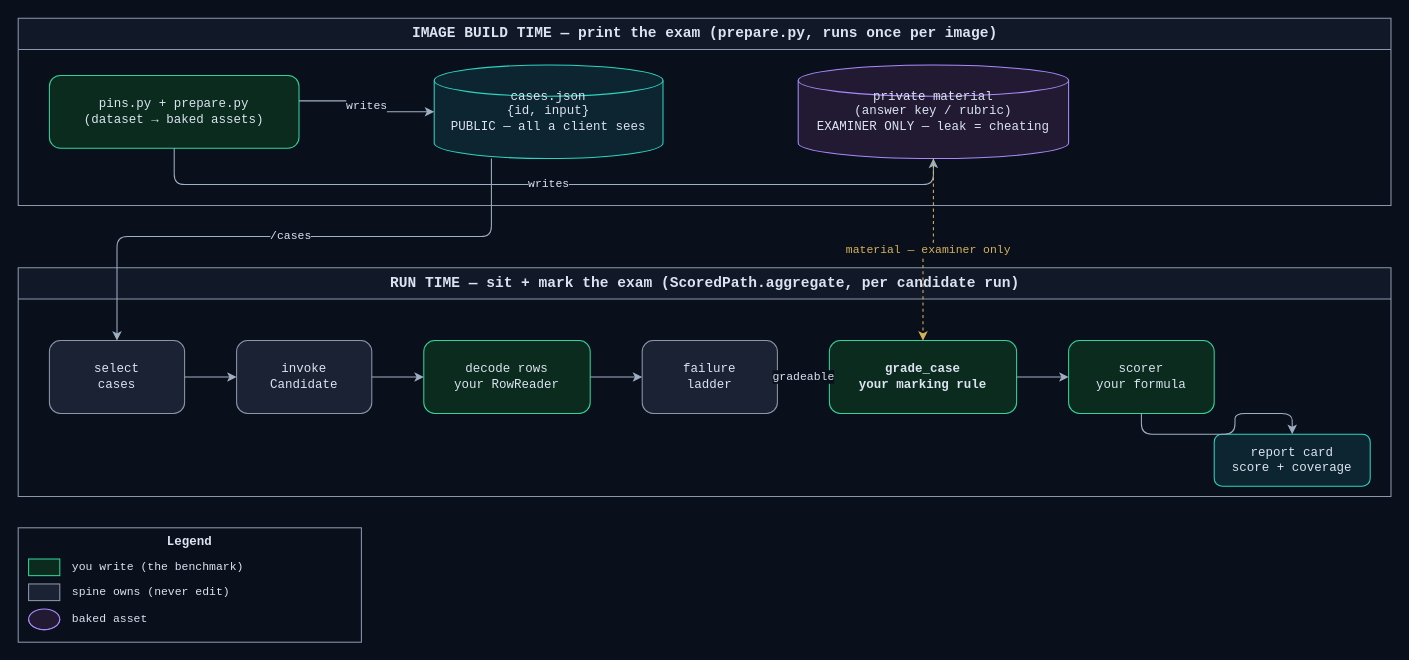
The draw.io diagram apps/screamingface-engine/docs/diagrams/benchmark-authoring-seam.drawio in ScreamingFace/screamingface, before the edit. Source tidied: cells renumbered, new cells numbered last; positions are measured from the earlier drawing's top-left corner, leaving out a move shared by most shapes. Both pictures are drawn from the tidied source at 104%, with x=0, y=0 at pixel (18, 18).
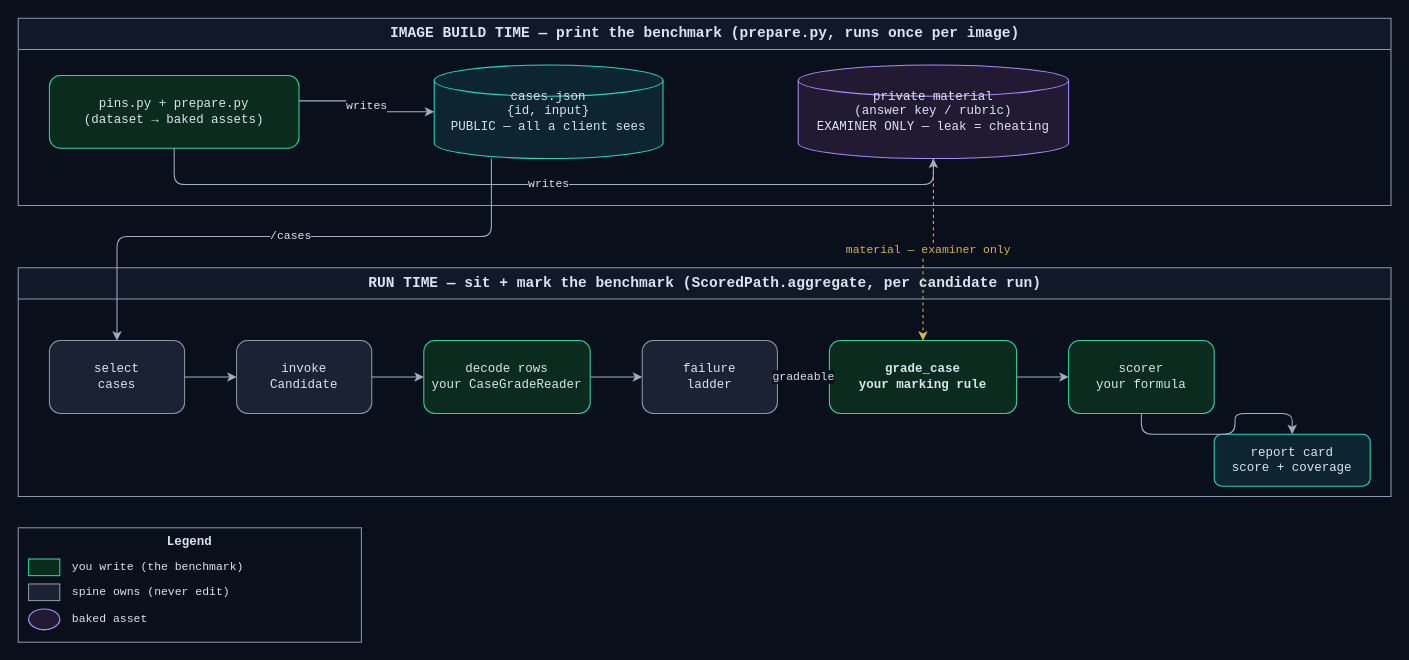
The same diagram, later.

What changed in the source:
```diff
@@
-    <mxCell id="2" value="IMAGE BUILD TIME — print the exam (prepare.py, runs once per image)" style="swimlane;startSize=30;html=1;fillColor=#111827;strokeColor=#8b98ab;fontColor=#dbe4f0;fontFamily=Courier New;fontSize=14;fontStyle=1;" parent="1" vertex="1">
+    <mxCell id="2" value="IMAGE BUILD TIME — print the benchmark (prepare.py, runs once per image)" style="swimlane;startSize=30;html=1;fillColor=#111827;strokeColor=#8b98ab;fontColor=#dbe4f0;fontFamily=Courier New;fontSize=14;fontStyle=1;" parent="1" vertex="1">
       <mxGeometry width="1320" height="180" as="geometry" />
     </mxCell>
@@
-    <mxCell id="8" value="RUN TIME — sit + mark the exam (ScoredPath.aggregate, per candidate run)" style="swimlane;startSize=30;html=1;fillColor=#111827;strokeColor=#8b98ab;fontColor=#dbe4f0;fontFamily=Courier New;fontSize=14;fontStyle=1;" parent="1" vertex="1">
+    <mxCell id="8" value="RUN TIME — sit + mark the benchmark (ScoredPath.aggregate, per candidate run)" style="swimlane;startSize=30;html=1;fillColor=#111827;strokeColor=#8b98ab;fontColor=#dbe4f0;fontFamily=Courier New;fontSize=14;fontStyle=1;" parent="1" vertex="1">
       <mxGeometry y="240" width="1320" height="220" as="geometry" />
     </mxCell>
@@
-    <mxCell id="11" value="decode rows&#10;your RowReader" style="rounded=1;whiteSpace=wrap;html=1;fillColor=#0a2b1e;strokeColor=#34d399;fontColor=#dbe4f0;fontFamily=Courier New;fontSize=12;" parent="8" vertex="1">
+    <mxCell id="11" value="decode rows&#10;your CaseGradeReader" style="rounded=1;whiteSpace=wrap;html=1;fillColor=#0a2b1e;strokeColor=#34d399;fontColor=#dbe4f0;fontFamily=Courier New;fontSize=12;" parent="8" vertex="1">
       <mxGeometry x="390" y="70" width="160" height="70" as="geometry" />
     </mxCell>
```
